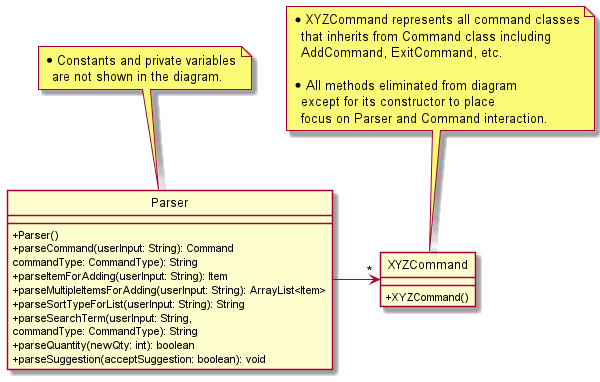
Before: docs/umlDiagrams/ParserToCommand.png, a diagram exported from PlantUML (uosjapuelks/tp). Its diagram source:
```plantuml
@startuml
hide circle
skinparam classAttributeIconSize 0

Parser -> "*" XYZCommand

note top of XYZCommand
 * XYZCommand represents all command classes
   that inherits from Command class including
   AddCommand, ExitCommand, etc.

 * All methods eliminated from diagram
   except for its constructor to place
   focus on Parser and Command interaction.
end note

class XYZCommand {
+XYZCommand()
}

note top of Parser
* Constants and private variables
  are not shown in the diagram.
end note

class Parser {
+Parser()
+parseCommand(userInput: String): Command
commandType: CommandType): String
+parseItemForAdding(userInput: String): Item
+parseMultipleItemsForAdding(userInput: String): ArrayList<Item>
+parseSortTypeForList(userInput: String): String
+parseSearchTerm(userInput: String,
commandType: CommandType): String
+parseQuantity(newQty: int): boolean
+parseSuggestion(acceptSuggestion: boolean): void
}
@enduml
```
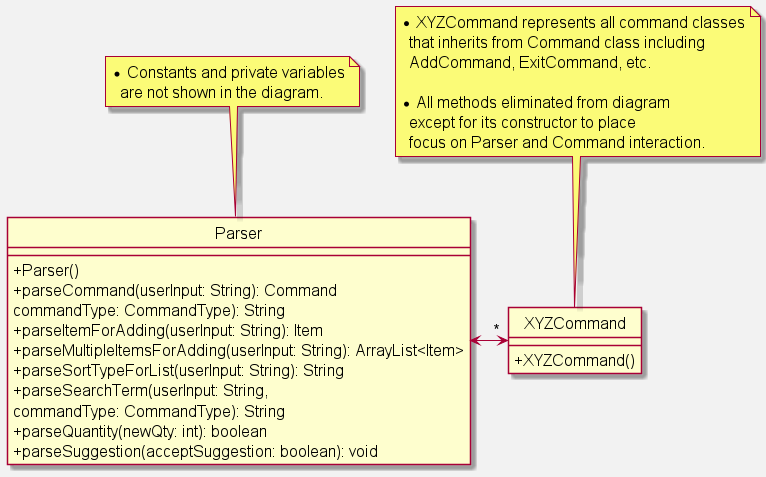
Later version of the same file.

Commit message:
Fix parser to command diagram

What changed in the source:
```diff
@@ -1,8 +1,10 @@
 @startuml
 hide circle
+skinparam backgroundColor #f2f2f2
+skinparam defaultFontSize 16
 skinparam classAttributeIconSize 0
 
-Parser -> "*" XYZCommand
+Parser <-> "*" XYZCommand
 
 note top of XYZCommand
  * XYZCommand represents all command classes
```
